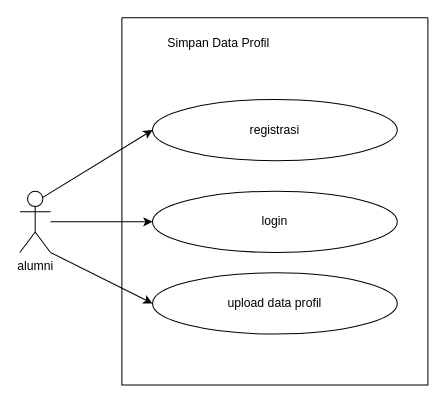
Above: regis alumni usecase Diagram.drawio in ratihpn99/tokoonline (draw.io), before the change. Source tidied: cells renumbered, new cells numbered last; positions are measured from the earlier drawing's top-left corner, leaving out a move shared by most shapes. Both pictures are drawn from the tidied source at 102%, with x=0, y=0 at pixel (19, 17).
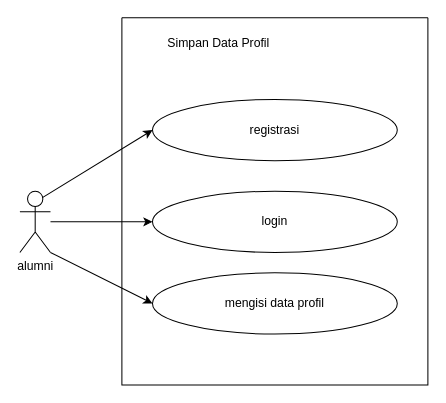
The same page after the edit.

What changed in the source:
```diff
@@
 <mxGraphModel>
   <root>
     <mxCell id="0" />
     <mxCell id="1" parent="0" />
     <mxCell id="2" value="alumni" style="shape=umlActor;verticalLabelPosition=bottom;verticalAlign=top;html=1;outlineConnect=0;" parent="1" vertex="1">
       <mxGeometry y="170" width="30" height="60" as="geometry" />
     </mxCell>
     <mxCell id="3" value="registrasi" style="ellipse;whiteSpace=wrap;html=1;" parent="1" vertex="1">
       <mxGeometry x="130" y="80" width="240" height="60" as="geometry" />
     </mxCell>
     <mxCell id="4" value="login" style="ellipse;whiteSpace=wrap;html=1;" parent="1" vertex="1">
       <mxGeometry x="130" y="170" width="240" height="60" as="geometry" />
     </mxCell>
-    <mxCell id="5" value="upload data profil" style="ellipse;whiteSpace=wrap;html=1;" parent="1" vertex="1">
+    <mxCell id="5" value="mengisi data profil" style="ellipse;whiteSpace=wrap;html=1;" parent="1" vertex="1">
       <mxGeometry x="130" y="250" width="240" height="60" as="geometry" />
     </mxCell>
     <mxCell id="6" style="swimlane;startSize=0;" parent="1" vertex="1">
       <mxGeometry x="100" width="300" height="360" as="geometry" />
     </mxCell>
     <mxCell id="7" value="Simpan Data Profil" style="text;html=1;strokeColor=none;fillColor=none;align=center;verticalAlign=middle;whiteSpace=wrap;rounded=0;" parent="6" vertex="1">
       <mxGeometry x="30" y="10" width="130" height="30" as="geometry" />
     </mxCell>
     <mxCell id="8" style="endArrow=classic;html=1;rounded=0;exitX=0.75;exitY=0.1;exitDx=0;exitDy=0;exitPerimeter=0;entryX=0;entryY=0.5;entryDx=0;entryDy=0;" parent="1" edge="1" source="2" target="3">
       <mxGeometry relative="1" as="geometry" />
     </mxCell>
     <mxCell id="9" style="endArrow=classic;html=1;rounded=0;entryX=0;entryY=0.5;entryDx=0;entryDy=0;" parent="1" edge="1" source="2" target="4">
       <mxGeometry relative="1" as="geometry" />
     </mxCell>
     <mxCell id="10" style="endArrow=classic;html=1;rounded=0;exitX=1;exitY=1;exitDx=0;exitDy=0;exitPerimeter=0;entryX=0;entryY=0.5;entryDx=0;entryDy=0;" parent="1" edge="1" source="2" target="5">
       <mxGeometry relative="1" as="geometry" />
     </mxCell>
   </root>
 </mxGraphModel>
```
